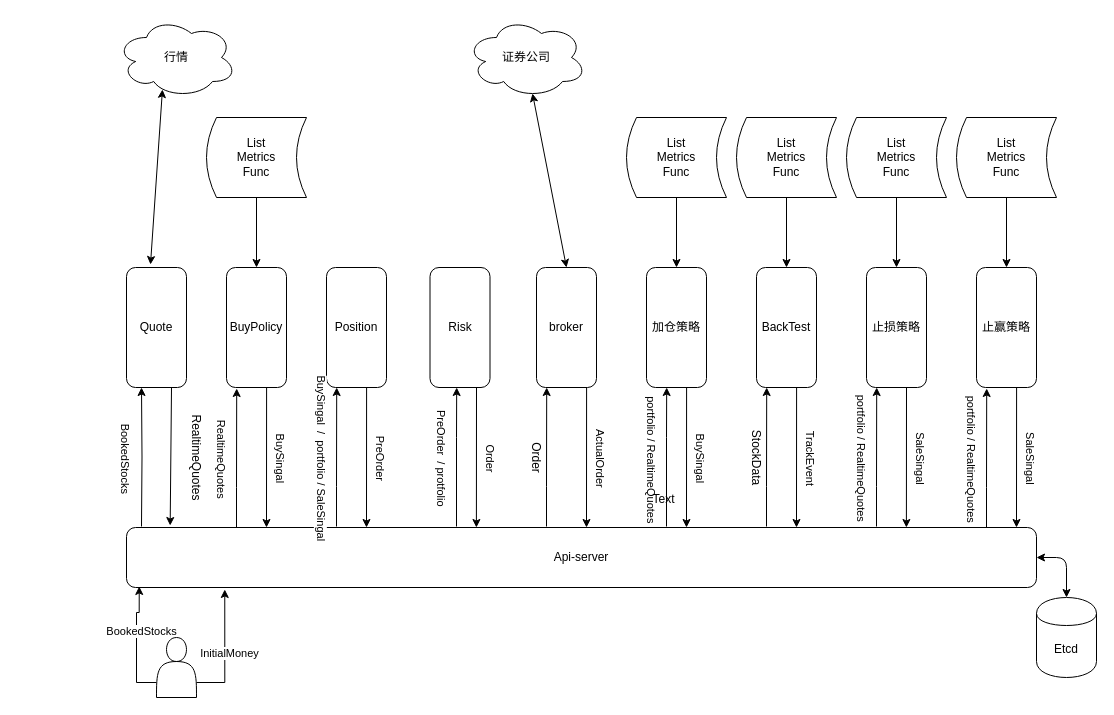
charlesren/eagle keeps this draw.io diagram as model.drawio. Above is the earlier version. Source tidied: cells renumbered, new cells numbered last; positions are measured from the earlier drawing's top-left corner, leaving out a move shared by most shapes. Both pictures are drawn from the tidied source at 100%, with x=0, y=0 at pixel (116, 17).
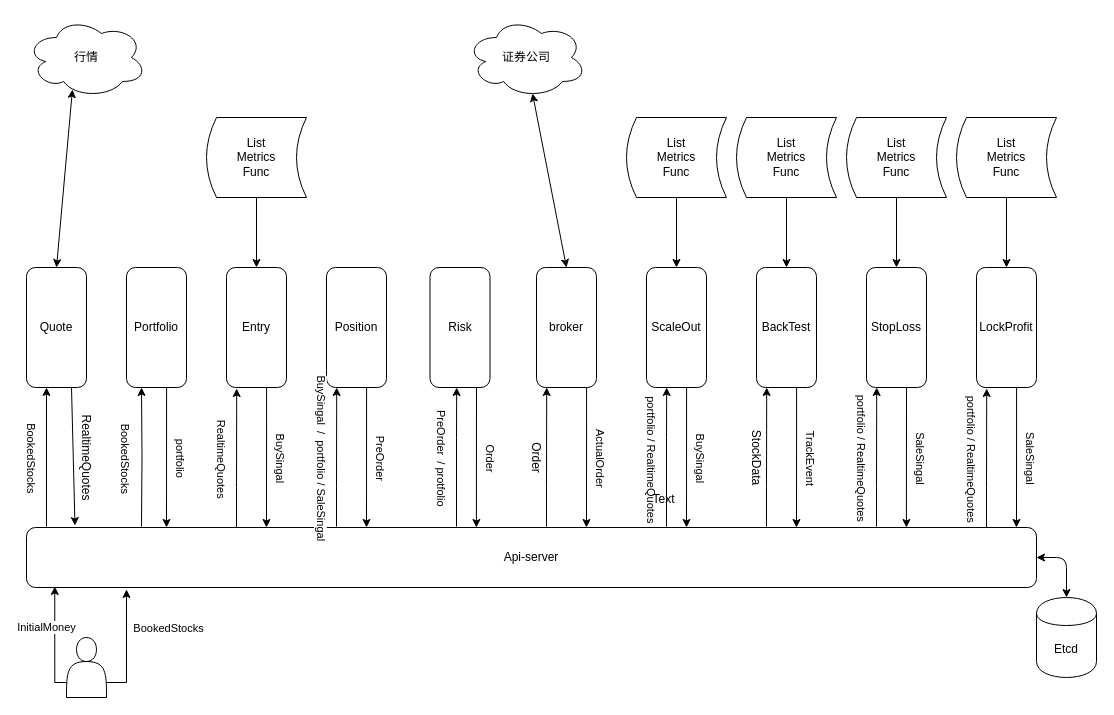
After the change.

What changed in the source:
```diff
@@
-    <mxCell id="2" value="Quote" style="rounded=1;whiteSpace=wrap;html=1;direction=south;" parent="1" vertex="1">
+    <mxCell id="2" value="Portfolio" style="rounded=1;whiteSpace=wrap;html=1;direction=south;" parent="1" vertex="1">
       <mxGeometry x="10" y="250" width="60" height="120" as="geometry" />
     </mxCell>
-    <mxCell id="3" value="BuyPolicy" style="rounded=1;whiteSpace=wrap;html=1;direction=south;" parent="1" vertex="1">
+    <mxCell id="3" value="Entry" style="rounded=1;whiteSpace=wrap;html=1;direction=south;" parent="1" vertex="1">
       <mxGeometry x="110" y="250" width="60" height="120" as="geometry" />
     </mxCell>
@@
-    <mxCell id="5" style="edgeStyle=orthogonalEdgeStyle;rounded=0;jettySize=auto;html=1;exitX=0;exitY=0.75;exitDx=0;exitDy=0;entryX=0.014;entryY=0.983;entryDx=0;entryDy=0;entryPerimeter=0;" parent="1" edge="1" source="9" target="12">
+    <mxCell id="5" style="edgeStyle=orthogonalEdgeStyle;rounded=0;jettySize=auto;html=1;exitX=0;exitY=0.75;exitDx=0;exitDy=0;" parent="1" edge="1" source="9">
       <mxGeometry relative="1" as="geometry">
+        <mxPoint x="10" y="572" as="targetPoint" />
         <Array as="points">
-          <mxPoint x="20" y="665" />
-          <mxPoint x="20" y="595" />
-          <mxPoint x="23" y="595" />
+          <mxPoint x="10" y="665" />
+          <mxPoint x="10" y="572" />
         </Array>
       </mxGeometry>
     </mxCell>
     <mxCell id="6" value="BookedStocks" style="edgeLabel;html=1;align=center;verticalAlign=middle;" parent="5" vertex="1">
-      <mxGeometry x="0.22" y="-4" relative="1" as="geometry" />
+      <mxGeometry x="0.22" y="-4" relative="1" as="geometry">
+        <mxPoint x="37" y="-22" as="offset" />
+      </mxGeometry>
     </mxCell>
-    <mxCell id="7" style="edgeStyle=orthogonalEdgeStyle;rounded=0;jettySize=auto;html=1;exitX=1;exitY=0.75;exitDx=0;exitDy=0;entryX=0.108;entryY=1.033;entryDx=0;entryDy=0;entryPerimeter=0;" parent="1" edge="1" source="9" target="12">
-      <mxGeometry relative="1" as="geometry" />
+    <mxCell id="7" style="edgeStyle=orthogonalEdgeStyle;rounded=0;jettySize=auto;html=1;exitX=1;exitY=0.75;exitDx=0;exitDy=0;entryX=0.028;entryY=0.983;entryDx=0;entryDy=0;entryPerimeter=0;" parent="1" edge="1" source="9" target="12">
+      <mxGeometry relative="1" as="geometry">
+        <Array as="points">
+          <mxPoint x="-62" y="665" />
+        </Array>
+      </mxGeometry>
     </mxCell>
     <mxCell id="8" value="InitialMoney" style="edgeLabel;html=1;align=center;verticalAlign=middle;" parent="7" vertex="1">
-      <mxGeometry x="-0.05" y="-4" relative="1" as="geometry" />
+      <mxGeometry x="-0.05" y="-4" relative="1" as="geometry">
+        <mxPoint x="-12.3" y="-36.7" as="offset" />
+      </mxGeometry>
     </mxCell>
     <mxCell id="9" style="shape=actor;whiteSpace=wrap;html=1;" parent="1" vertex="1">
-      <mxGeometry x="40" y="620" width="40" height="60" as="geometry" />
+      <mxGeometry x="-50" y="620" width="40" height="60" as="geometry" />
     </mxCell>
@@
     <mxCell id="12" value="Api-server" style="rounded=1;whiteSpace=wrap;html=1;" parent="1" vertex="1">
-      <mxGeometry x="10" y="510" width="910" height="60" as="geometry" />
+      <mxGeometry x="-90" y="510" width="1010" height="60" as="geometry" />
     </mxCell>
@@
-    <mxCell id="16" style="endArrow=classic;html=1;exitX=1;exitY=0.25;exitDx=0;exitDy=0;entryX=0.048;entryY=-0.033;entryDx=0;entryDy=0;entryPerimeter=0;" parent="1" edge="1" source="2" target="12">
+    <mxCell id="16" style="endArrow=classic;html=1;exitX=1;exitY=0.25;exitDx=0;exitDy=0;entryX=0.048;entryY=-0.033;entryDx=0;entryDy=0;entryPerimeter=0;" parent="1" edge="1" source="70" target="12">
       <mxGeometry relative="1" as="geometry" />
     </mxCell>
@@
-    <mxCell id="35" value="止赢策略" style="rounded=1;whiteSpace=wrap;html=1;direction=south;" parent="1" vertex="1">
+    <mxCell id="35" value="LockProfit" style="rounded=1;whiteSpace=wrap;html=1;direction=south;" parent="1" vertex="1">
       <mxGeometry x="860" y="250" width="60" height="120" as="geometry" />
     </mxCell>
@@
-    <mxCell id="37" value="止损策略" style="rounded=1;whiteSpace=wrap;html=1;direction=south;" parent="1" vertex="1">
+    <mxCell id="37" value="StopLoss" style="rounded=1;whiteSpace=wrap;html=1;direction=south;" parent="1" vertex="1">
       <mxGeometry x="750" y="250" width="60" height="120" as="geometry" />
     </mxCell>
-    <mxCell id="38" value="加仓策略" style="rounded=1;whiteSpace=wrap;html=1;direction=south;" parent="1" vertex="1">
+    <mxCell id="38" value="ScaleOut" style="rounded=1;whiteSpace=wrap;html=1;direction=south;" parent="1" vertex="1">
       <mxGeometry x="530" y="250" width="60" height="120" as="geometry" />
     </mxCell>
@@
     <mxCell id="55" value="行情" style="ellipse;shape=cloud;whiteSpace=wrap;html=1;" parent="1" vertex="1">
-      <mxGeometry width="120" height="80" as="geometry" />
+      <mxGeometry x="-90" width="120" height="80" as="geometry" />
     </mxCell>
-    <mxCell id="56" style="endArrow=classic;startArrow=classic;html=1;entryX=0.383;entryY=0.9;entryDx=0;entryDy=0;entryPerimeter=0;exitX=-0.025;exitY=0.6;exitDx=0;exitDy=0;exitPerimeter=0;" parent="1" edge="1" source="2" target="55">
+    <mxCell id="56" style="endArrow=classic;startArrow=classic;html=1;entryX=0.383;entryY=0.9;entryDx=0;entryDy=0;entryPerimeter=0;exitX=0;exitY=0.5;exitDx=0;exitDy=0;" parent="1" edge="1" source="70" target="55">
       <mxGeometry relative="1" as="geometry" />
     </mxCell>
@@
+    <mxCell id="69" value="Text" style="text;html=1;align=center;verticalAlign=middle;" parent="1" vertex="1">
+      <mxGeometry x="527" y="472" width="40" height="20" as="geometry" />
+    </mxCell>
+    <mxCell id="70" value="Quote" style="rounded=1;whiteSpace=wrap;html=1;direction=south;" parent="1" vertex="1">
+      <mxGeometry x="-90" y="250" width="60" height="120" as="geometry" />
+    </mxCell>
+    <mxCell id="71" style="edgeStyle=orthogonalEdgeStyle;rounded=0;orthogonalLoop=1;jettySize=auto;html=1;entryX=1;entryY=0.75;entryDx=0;entryDy=0;" parent="1" edge="1">
+      <mxGeometry relative="1" as="geometry">
+        <mxPoint x="-70" y="509" as="sourcePoint" />
+        <mxPoint x="-70" y="370" as="targetPoint" />
+      </mxGeometry>
+    </mxCell>
+    <mxCell id="72" value="BookedStocks" style="edgeLabel;html=1;align=center;verticalAlign=middle;rotation=90;" parent="71" vertex="1">
+      <mxGeometry x="0.02" y="-1" relative="1" as="geometry">
+        <mxPoint x="-16" y="1.8" as="offset" />
+      </mxGeometry>
+    </mxCell>
     <mxCell id="68" value="RealtimeQuotes" style="text;html=1;align=center;verticalAlign=middle;rotation=90;" parent="1" vertex="1">
-      <mxGeometry x="30" y="430" width="100" height="20" as="geometry" />
+      <mxGeometry x="-80" y="430" width="100" height="20" as="geometry" />
     </mxCell>
-    <mxCell id="69" value="Text" style="text;html=1;align=center;verticalAlign=middle;" parent="1" vertex="1">
-      <mxGeometry x="527" y="472" width="40" height="20" as="geometry" />
-    </mxCell>
+    <mxCell id="73" style="endArrow=classic;html=1;exitX=1;exitY=0.25;exitDx=0;exitDy=0;entryX=0.093;entryY=0;entryDx=0;entryDy=0;entryPerimeter=0;" parent="1" edge="1">
+      <mxGeometry relative="1" as="geometry">
+        <mxPoint x="50.1" y="370" as="sourcePoint" />
+        <mxPoint x="50" y="510" as="targetPoint" />
+      </mxGeometry>
+    </mxCell>
+    <mxCell id="74" value="portfolio" style="edgeLabel;html=1;align=center;verticalAlign=middle;rotation=90;" parent="73" vertex="1">
+      <mxGeometry x="-0.18" y="1" relative="1" as="geometry">
+        <mxPoint x="14.1" y="13" as="offset" />
+      </mxGeometry>
+    </mxCell>
```
